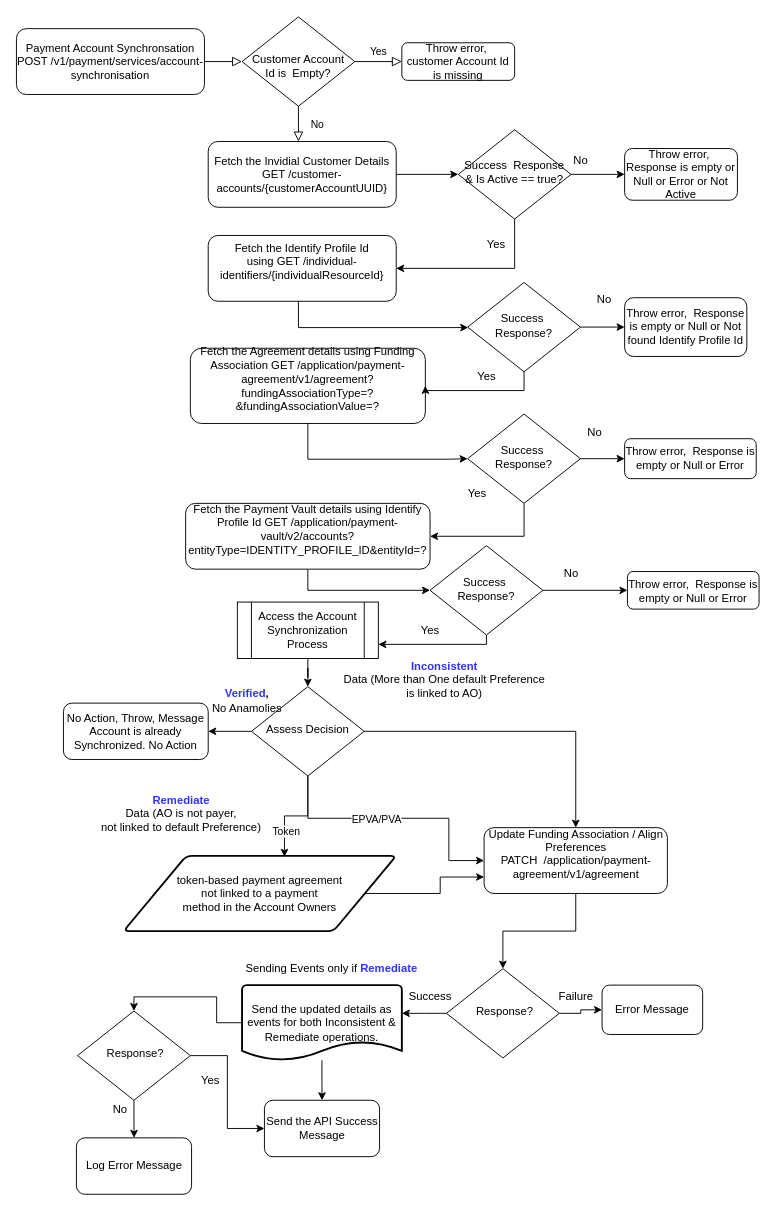
Before: paydiagram.drawio in evasanthan/testRestApp, a draw.io diagram. Source tidied: cells renumbered, new cells numbered last; positions are measured from the earlier drawing's top-left corner, leaving out a move shared by most shapes. Both pictures are drawn from the tidied source at 94%, with x=0, y=0 at pixel (16, 17).
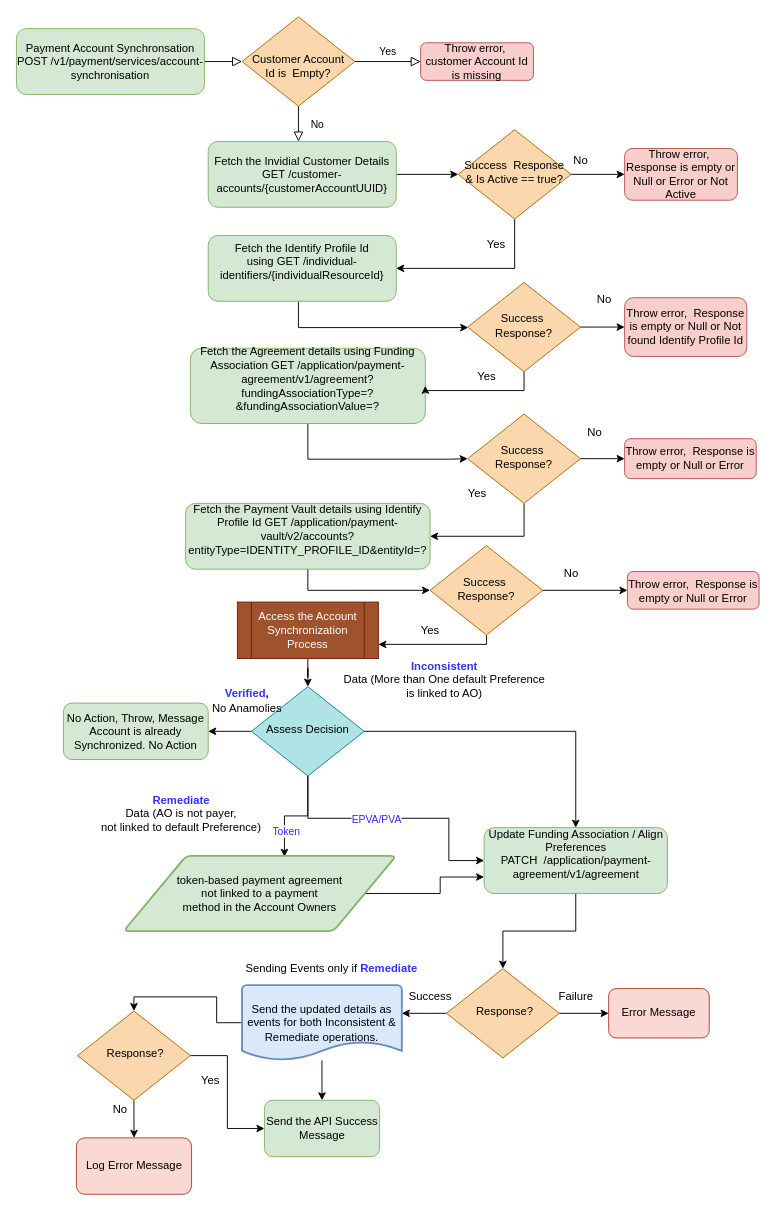
The same page after the edit.

The change refers to these unchanged cells:
```xml
<mxCell id="38" style="edgeStyle=orthogonalEdgeStyle;rounded=0;jettySize=auto;html=1;entryX=0.59;entryY=0.013;entryDx=0;entryDy=0;entryPerimeter=0;" parent="1" edge="1" source="42" target="67">
  <mxGeometry relative="1" as="geometry" />
</mxCell>
<mxCell id="40" style="edgeStyle=orthogonalEdgeStyle;rounded=0;jettySize=auto;html=1;entryX=0;entryY=0.5;entryDx=0;entryDy=0;" parent="1" edge="1" source="42" target="47">
  <mxGeometry relative="1" as="geometry">
    <Array as="points">
      <mxPoint x="310" y="852" />
      <mxPoint x="460" y="852" />
      <mxPoint x="460" y="897" />
    </Array>
  </mxGeometry>
</mxCell>
```

Diff of the diagram source:
```diff
@@
-    <mxCell id="3" value="Payment Account Synchronsation POST /v1/payment/services/account-synchronisation" style="rounded=1;whiteSpace=wrap;html=1;fontSize=12;glass=0;strokeWidth=1;shadow=0;" parent="1" vertex="1">
+    <mxCell id="3" value="Payment Account Synchronsation POST /v1/payment/services/account-synchronisation" style="rounded=1;whiteSpace=wrap;html=1;fontSize=12;glass=0;strokeWidth=1;shadow=0;fillColor=#d5e8d4;strokeColor=#82b366;" parent="1" vertex="1">
       <mxGeometry y="12" width="200" height="70" as="geometry" />
     </mxCell>
@@
-    <mxCell id="6" value="&lt;br&gt;Customer Account Id is&amp;nbsp; Empty?" style="rhombus;whiteSpace=wrap;html=1;shadow=0;fontFamily=Helvetica;fontSize=12;align=center;strokeWidth=1;spacing=6;spacingTop=-4;" parent="1" vertex="1">
+    <mxCell id="6" value="&lt;br&gt;Customer Account Id is&amp;nbsp; Empty?" style="rhombus;whiteSpace=wrap;html=1;shadow=0;fontFamily=Helvetica;fontSize=12;align=center;strokeWidth=1;spacing=6;spacingTop=-4;fillColor=#fad7ac;strokeColor=#b46504;" parent="1" vertex="1">
       <mxGeometry x="240" y="-0.5" width="120" height="95" as="geometry" />
     </mxCell>
-    <mxCell id="7" value="Throw error,&amp;nbsp; customer Account Id is missing" style="rounded=1;whiteSpace=wrap;html=1;fontSize=12;glass=0;strokeWidth=1;shadow=0;" parent="1" vertex="1">
-      <mxGeometry x="410" y="27" width="120" height="40" as="geometry" />
+    <mxCell id="7" value="Throw error,&amp;nbsp; customer Account Id is missing" style="rounded=1;whiteSpace=wrap;html=1;fontSize=12;glass=0;strokeWidth=1;shadow=0;fillColor=#f8cecc;strokeColor=#b85450;" parent="1" vertex="1">
+      <mxGeometry x="430" y="27" width="120" height="40" as="geometry" />
     </mxCell>
@@
-    <mxCell id="9" value="Fetch the Invidial Customer Details GET /customer-accounts/{customerAccountUUID}" style="rounded=1;whiteSpace=wrap;html=1;fontSize=12;glass=0;strokeWidth=1;shadow=0;" parent="1" vertex="1">
+    <mxCell id="9" value="Fetch the Invidial Customer Details GET /customer-accounts/{customerAccountUUID}" style="rounded=1;whiteSpace=wrap;html=1;fontSize=12;glass=0;strokeWidth=1;shadow=0;fillColor=#d5e8d4;strokeColor=#82b366;" parent="1" vertex="1">
       <mxGeometry x="204" y="132" width="200" height="70" as="geometry" />
     </mxCell>
@@
-    <mxCell id="11" value="Fetch the Identify Profile Id using&amp;nbsp;&lt;span&gt;GET /individual-identifiers/{individualResourceId}&lt;br&gt;&lt;br&gt;&lt;/span&gt;" style="rounded=1;whiteSpace=wrap;html=1;fontSize=12;glass=0;strokeWidth=1;shadow=0;" parent="1" vertex="1">
+    <mxCell id="11" value="Fetch the Identify Profile Id using&amp;nbsp;&lt;span&gt;GET /individual-identifiers/{individualResourceId}&lt;br&gt;&lt;br&gt;&lt;/span&gt;" style="rounded=1;whiteSpace=wrap;html=1;fontSize=12;glass=0;strokeWidth=1;shadow=0;fillColor=#d5e8d4;strokeColor=#82b366;" parent="1" vertex="1">
       <mxGeometry x="204" y="232" width="200" height="70" as="geometry" />
     </mxCell>
@@
-    <mxCell id="13" value="Fetch the Agreement details using Funding Association&amp;nbsp;&lt;span&gt;GET /application/payment-agreement/v1/agreement?fundingAssociationType=?&amp;amp;fundingAssociationValue=?&lt;/span&gt;&lt;br&gt;&lt;span&gt;&lt;br&gt;&lt;/span&gt;" style="rounded=1;whiteSpace=wrap;html=1;fontSize=12;glass=0;strokeWidth=1;shadow=0;" parent="1" vertex="1">
+    <mxCell id="13" value="Fetch the Agreement details using Funding Association&amp;nbsp;&lt;span&gt;GET /application/payment-agreement/v1/agreement?fundingAssociationType=?&amp;amp;fundingAssociationValue=?&lt;/span&gt;&lt;br&gt;&lt;span&gt;&lt;br&gt;&lt;/span&gt;" style="rounded=1;whiteSpace=wrap;html=1;fontSize=12;glass=0;strokeWidth=1;shadow=0;fillColor=#d5e8d4;strokeColor=#82b366;" parent="1" vertex="1">
       <mxGeometry x="185" y="352" width="250" height="80" as="geometry" />
     </mxCell>
@@
-    <mxCell id="15" value="Fetch the Payment Vault details using Identify Profile Id&amp;nbsp;&lt;span&gt;GET /application/payment-vault/v2/accounts?entityType=IDENTITY_PROFILE_ID&amp;amp;entityId=?&lt;br&gt;&lt;br&gt;&lt;/span&gt;" style="rounded=1;whiteSpace=wrap;html=1;fontSize=12;glass=0;strokeWidth=1;shadow=0;" parent="1" vertex="1">
+    <mxCell id="15" value="Fetch the Payment Vault details using Identify Profile Id&amp;nbsp;&lt;span&gt;GET /application/payment-vault/v2/accounts?entityType=IDENTITY_PROFILE_ID&amp;amp;entityId=?&lt;br&gt;&lt;br&gt;&lt;/span&gt;" style="rounded=1;whiteSpace=wrap;html=1;fontSize=12;glass=0;strokeWidth=1;shadow=0;fillColor=#d5e8d4;strokeColor=#82b366;" parent="1" vertex="1">
       <mxGeometry x="180" y="517" width="260" height="70" as="geometry" />
     </mxCell>
@@
-    <mxCell id="18" value="Success&amp;nbsp; Response &amp;amp; Is Active == true?" style="rhombus;whiteSpace=wrap;html=1;shadow=0;fontFamily=Helvetica;fontSize=12;align=center;strokeWidth=1;spacing=6;spacingTop=-4;" parent="1" vertex="1">
+    <mxCell id="18" value="Success&amp;nbsp; Response &amp;amp; Is Active == true?" style="rhombus;whiteSpace=wrap;html=1;shadow=0;fontFamily=Helvetica;fontSize=12;align=center;strokeWidth=1;spacing=6;spacingTop=-4;fillColor=#fad7ac;strokeColor=#b46504;" parent="1" vertex="1">
       <mxGeometry x="470" y="119.5" width="120" height="95" as="geometry" />
     </mxCell>
-    <mxCell id="19" value="Throw error,&amp;nbsp; Response is empty or Null or Error or Not Active" style="rounded=1;whiteSpace=wrap;html=1;fontSize=12;glass=0;strokeWidth=1;shadow=0;" parent="1" vertex="1">
+    <mxCell id="19" value="Throw error,&amp;nbsp; Response is empty or Null or Error or Not Active" style="rounded=1;whiteSpace=wrap;html=1;fontSize=12;glass=0;strokeWidth=1;shadow=0;fillColor=#f8cecc;strokeColor=#b85450;" parent="1" vertex="1">
       <mxGeometry x="647" y="139.5" width="120" height="55" as="geometry" />
     </mxCell>
@@
-    <mxCell id="24" value="Success&amp;nbsp; Response?" style="rhombus;whiteSpace=wrap;html=1;shadow=0;fontFamily=Helvetica;fontSize=12;align=center;strokeWidth=1;spacing=6;spacingTop=-4;" parent="1" vertex="1">
+    <mxCell id="24" value="Success&amp;nbsp; Response?" style="rhombus;whiteSpace=wrap;html=1;shadow=0;fontFamily=Helvetica;fontSize=12;align=center;strokeWidth=1;spacing=6;spacingTop=-4;fillColor=#fad7ac;strokeColor=#b46504;" parent="1" vertex="1">
       <mxGeometry x="480" y="282" width="120" height="95" as="geometry" />
     </mxCell>
-    <mxCell id="25" value="Throw error,&amp;nbsp; Response is empty or Null or Not found Identify Profile Id" style="rounded=1;whiteSpace=wrap;html=1;fontSize=12;glass=0;strokeWidth=1;shadow=0;" parent="1" vertex="1">
+    <mxCell id="25" value="Throw error,&amp;nbsp; Response is empty or Null or Not found Identify Profile Id" style="rounded=1;whiteSpace=wrap;html=1;fontSize=12;glass=0;strokeWidth=1;shadow=0;fillColor=#f8cecc;strokeColor=#b85450;" parent="1" vertex="1">
       <mxGeometry x="647" y="298.2" width="130" height="62.5" as="geometry" />
     </mxCell>
@@
-    <mxCell id="30" value="Success&amp;nbsp; Response?" style="rhombus;whiteSpace=wrap;html=1;shadow=0;fontFamily=Helvetica;fontSize=12;align=center;strokeWidth=1;spacing=6;spacingTop=-4;" parent="1" vertex="1">
+    <mxCell id="30" value="Success&amp;nbsp; Response?" style="rhombus;whiteSpace=wrap;html=1;shadow=0;fontFamily=Helvetica;fontSize=12;align=center;strokeWidth=1;spacing=6;spacingTop=-4;fillColor=#fad7ac;strokeColor=#b46504;" parent="1" vertex="1">
       <mxGeometry x="480" y="422" width="120" height="95" as="geometry" />
     </mxCell>
-    <mxCell id="31" value="Throw error,&amp;nbsp; Response is empty or Null or Error" style="rounded=1;whiteSpace=wrap;html=1;fontSize=12;glass=0;strokeWidth=1;shadow=0;" parent="1" vertex="1">
+    <mxCell id="31" value="Throw error,&amp;nbsp; Response is empty or Null or Error" style="rounded=1;whiteSpace=wrap;html=1;fontSize=12;glass=0;strokeWidth=1;shadow=0;fillColor=#f8cecc;strokeColor=#b85450;" parent="1" vertex="1">
       <mxGeometry x="647" y="448.2" width="140" height="42.5" as="geometry" />
     </mxCell>
@@
-    <mxCell id="35" value="Access the Account Synchronization Process" style="shape=process;whiteSpace=wrap;html=1;backgroundOutline=1;" parent="1" vertex="1">
+    <mxCell id="35" value="Access the Account Synchronization Process" style="shape=process;whiteSpace=wrap;html=1;backgroundOutline=1;fillColor=#a0522d;strokeColor=#6D1F00;fontColor=#ffffff;" parent="1" vertex="1">
       <mxGeometry x="235" y="622" width="150" height="60" as="geometry" />
     </mxCell>
@@
-    <mxCell id="39" value="Token" style="edgeLabel;html=1;align=center;verticalAlign=middle;" parent="38" vertex="1">
+    <mxCell id="39" value="&lt;font color=&quot;#3a24ff&quot;&gt;Token&lt;/font&gt;" style="edgeLabel;html=1;align=center;verticalAlign=middle;" parent="38" vertex="1">
       <mxGeometry x="0.49" y="1" relative="1" as="geometry" />
     </mxCell>
@@
-    <mxCell id="41" value="EPVA/PVA" style="edgeLabel;html=1;align=center;verticalAlign=middle;" parent="40" vertex="1">
+    <mxCell id="41" value="&lt;font color=&quot;#3a24ff&quot;&gt;EPVA/PVA&lt;/font&gt;" style="edgeLabel;html=1;align=center;verticalAlign=middle;" parent="40" vertex="1">
       <mxGeometry x="-0.16" y="-1" relative="1" as="geometry" />
     </mxCell>
-    <mxCell id="42" value="Assess Decision" style="rhombus;whiteSpace=wrap;html=1;shadow=0;fontFamily=Helvetica;fontSize=12;align=center;strokeWidth=1;spacing=6;spacingTop=-4;" parent="1" vertex="1">
+    <mxCell id="42" value="Assess Decision" style="rhombus;whiteSpace=wrap;html=1;shadow=0;fontFamily=Helvetica;fontSize=12;align=center;strokeWidth=1;spacing=6;spacingTop=-4;fillColor=#b0e3e6;strokeColor=#0e8088;" parent="1" vertex="1">
       <mxGeometry x="250" y="712" width="120" height="95" as="geometry" />
     </mxCell>
-    <mxCell id="43" value="No Action, Throw, Message Account is already Synchronized. No Action" style="rounded=1;whiteSpace=wrap;html=1;" parent="1" vertex="1">
+    <mxCell id="43" value="No Action, Throw, Message Account is already Synchronized. No Action" style="rounded=1;whiteSpace=wrap;html=1;fillColor=#d5e8d4;strokeColor=#82b366;" parent="1" vertex="1">
       <mxGeometry x="50" y="729.5" width="154" height="60" as="geometry" />
     </mxCell>
@@
-    <mxCell id="47" value="&lt;span&gt;Update Funding Association / Align Preferences&lt;br&gt;PATCH&amp;nbsp; /application/payment-agreement/v1/agreement&lt;br&gt;&lt;br&gt;&lt;/span&gt;" style="rounded=1;whiteSpace=wrap;html=1;fontSize=12;glass=0;strokeWidth=1;shadow=0;" parent="1" vertex="1">
+    <mxCell id="47" value="&lt;span&gt;Update Funding Association / Align Preferences&lt;br&gt;PATCH&amp;nbsp; /application/payment-agreement/v1/agreement&lt;br&gt;&lt;br&gt;&lt;/span&gt;" style="rounded=1;whiteSpace=wrap;html=1;fontSize=12;glass=0;strokeWidth=1;shadow=0;fillColor=#d5e8d4;strokeColor=#82b366;" parent="1" vertex="1">
       <mxGeometry x="497.5" y="862" width="195" height="70" as="geometry" />
     </mxCell>
@@
-    <mxCell id="50" value="&amp;nbsp;Response?" style="rhombus;whiteSpace=wrap;html=1;shadow=0;fontFamily=Helvetica;fontSize=12;align=center;strokeWidth=1;spacing=6;spacingTop=-4;" parent="1" vertex="1">
+    <mxCell id="50" value="&amp;nbsp;Response?" style="rhombus;whiteSpace=wrap;html=1;shadow=0;fontFamily=Helvetica;fontSize=12;align=center;strokeWidth=1;spacing=6;spacingTop=-4;fillColor=#fad7ac;strokeColor=#b46504;" parent="1" vertex="1">
       <mxGeometry x="457.5" y="1012" width="120" height="95" as="geometry" />
     </mxCell>
@@
-    <mxCell id="52" value="Error Message" style="rounded=1;whiteSpace=wrap;html=1;" parent="1" vertex="1">
-      <mxGeometry x="623" y="1029.5" width="107" height="52.5" as="geometry" />
+    <mxCell id="52" value="Error Message" style="rounded=1;whiteSpace=wrap;html=1;fillColor=#fad9d5;strokeColor=#ae4132;" parent="1" vertex="1">
+      <mxGeometry x="630" y="1033.2" width="107" height="52.5" as="geometry" />
     </mxCell>
@@
-    <mxCell id="57" value="&lt;span&gt;Send the updated details as events for both Inconsistent &amp;amp; Remediate operations.&lt;/span&gt;" style="strokeWidth=2;html=1;shape=mxgraph.flowchart.document2;whiteSpace=wrap;size=0.25;" parent="1" vertex="1">
+    <mxCell id="57" value="&lt;span&gt;Send the updated details as events for both Inconsistent &amp;amp; Remediate operations.&lt;/span&gt;" style="strokeWidth=2;html=1;shape=mxgraph.flowchart.document2;whiteSpace=wrap;size=0.25;fillColor=#dae8fc;strokeColor=#6c8ebf;" parent="1" vertex="1">
       <mxGeometry x="240" y="1029.5" width="170" height="80" as="geometry" />
     </mxCell>
-    <mxCell id="58" value="&lt;span&gt;Send the API Success Message&lt;br&gt;&lt;/span&gt;" style="rounded=1;whiteSpace=wrap;html=1;fontSize=12;glass=0;strokeWidth=1;shadow=0;" parent="1" vertex="1">
+    <mxCell id="58" value="&lt;span&gt;Send the API Success Message&lt;br&gt;&lt;/span&gt;" style="rounded=1;whiteSpace=wrap;html=1;fontSize=12;glass=0;strokeWidth=1;shadow=0;fillColor=#d5e8d4;strokeColor=#82b366;" parent="1" vertex="1">
       <mxGeometry x="263.8" y="1152" width="122.5" height="60" as="geometry" />
     </mxCell>
@@
-    <mxCell id="61" value="Success&amp;nbsp; Response?" style="rhombus;whiteSpace=wrap;html=1;shadow=0;fontFamily=Helvetica;fontSize=12;align=center;strokeWidth=1;spacing=6;spacingTop=-4;" parent="1" vertex="1">
+    <mxCell id="61" value="Success&amp;nbsp; Response?" style="rhombus;whiteSpace=wrap;html=1;shadow=0;fontFamily=Helvetica;fontSize=12;align=center;strokeWidth=1;spacing=6;spacingTop=-4;fillColor=#fad7ac;strokeColor=#b46504;" parent="1" vertex="1">
       <mxGeometry x="440" y="562" width="120" height="95" as="geometry" />
     </mxCell>
@@
-    <mxCell id="63" value="Throw error,&amp;nbsp; Response is empty or Null or Error" style="rounded=1;whiteSpace=wrap;html=1;fontSize=12;glass=0;strokeWidth=1;shadow=0;" parent="1" vertex="1">
+    <mxCell id="63" value="Throw error,&amp;nbsp; Response is empty or Null or Error" style="rounded=1;whiteSpace=wrap;html=1;fontSize=12;glass=0;strokeWidth=1;shadow=0;fillColor=#f8cecc;strokeColor=#b85450;" parent="1" vertex="1">
       <mxGeometry x="650" y="589.5" width="140" height="40" as="geometry" />
     </mxCell>
@@
-    <mxCell id="67" value="token-based payment agreement&lt;br&gt;not linked to a payment&lt;br&gt;method in the Account Owners" style="shape=parallelogram;html=1;strokeWidth=2;perimeter=parallelogramPerimeter;whiteSpace=wrap;rounded=1;arcSize=12;size=0.23;" parent="1" vertex="1">
+    <mxCell id="67" value="token-based payment agreement&lt;br&gt;not linked to a payment&lt;br&gt;method in the Account Owners" style="shape=parallelogram;html=1;strokeWidth=2;perimeter=parallelogramPerimeter;whiteSpace=wrap;rounded=1;arcSize=12;size=0.23;fillColor=#d5e8d4;strokeColor=#82b366;" parent="1" vertex="1">
       <mxGeometry x="114" y="892" width="290" height="80" as="geometry" />
     </mxCell>
@@
-    <mxCell id="70" value="&amp;nbsp;Response?" style="rhombus;whiteSpace=wrap;html=1;shadow=0;fontFamily=Helvetica;fontSize=12;align=center;strokeWidth=1;spacing=6;spacingTop=-4;" parent="1" vertex="1">
+    <mxCell id="70" value="&amp;nbsp;Response?" style="rhombus;whiteSpace=wrap;html=1;shadow=0;fontFamily=Helvetica;fontSize=12;align=center;strokeWidth=1;spacing=6;spacingTop=-4;fillColor=#fad7ac;strokeColor=#b46504;" parent="1" vertex="1">
       <mxGeometry x="65" y="1057" width="120" height="95" as="geometry" />
     </mxCell>
-    <mxCell id="71" value="&lt;span&gt;Log Error Message&lt;br&gt;&lt;/span&gt;" style="rounded=1;whiteSpace=wrap;html=1;fontSize=12;glass=0;strokeWidth=1;shadow=0;" parent="1" vertex="1">
+    <mxCell id="71" value="&lt;span&gt;Log Error Message&lt;br&gt;&lt;/span&gt;" style="rounded=1;whiteSpace=wrap;html=1;fontSize=12;glass=0;strokeWidth=1;shadow=0;fillColor=#fad9d5;strokeColor=#ae4132;" parent="1" vertex="1">
       <mxGeometry x="63.8" y="1192" width="122.5" height="60" as="geometry" />
     </mxCell>
```
